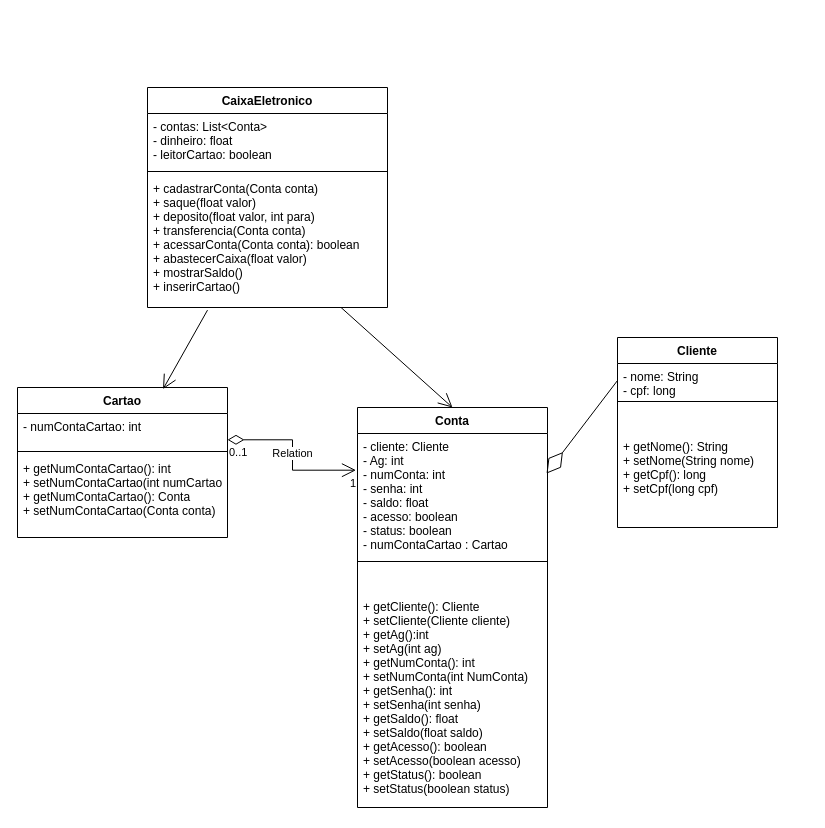
Before: Engenharia de software/DiagramaClasses.drawio in CarlosTorres2305/Bertoti, a draw.io diagram. Source tidied: cells renumbered, new cells numbered last; positions are measured from the earlier drawing's top-left corner, leaving out a move shared by most shapes. Both pictures are drawn from the tidied source at 100%, with x=0, y=0 at pixel (17, 87).
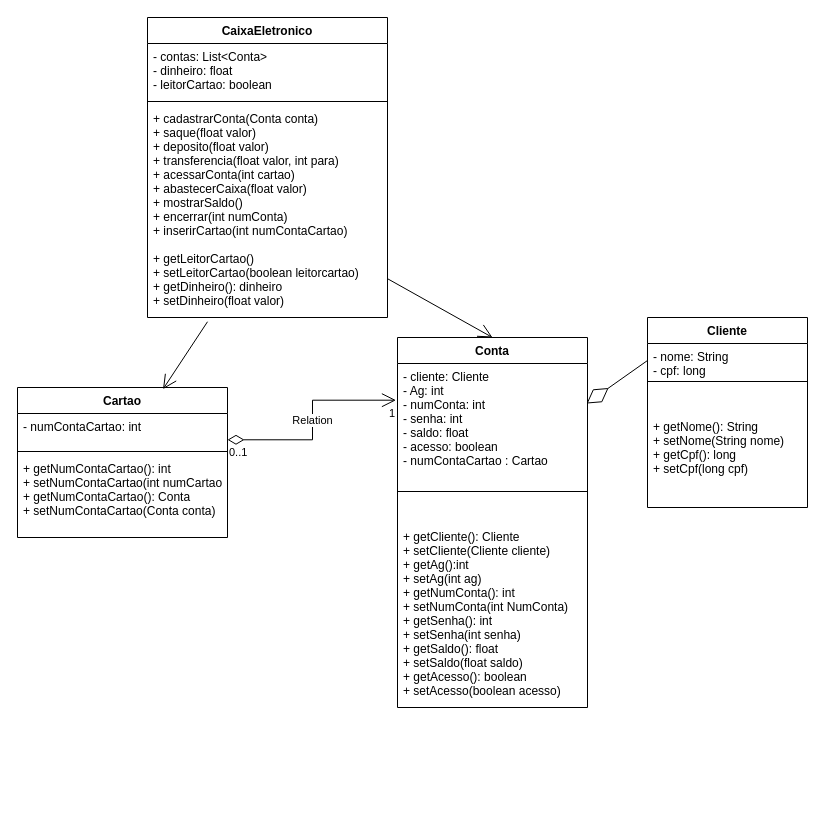
The same diagram, later.

Diff of the diagram source:
```diff
@@
     <mxCell id="2" value="CaixaEletronico" style="swimlane;fontStyle=1;align=center;verticalAlign=top;horizontal=1;startSize=26;" parent="1" vertex="1">
-      <mxGeometry x="130" width="240" height="220" as="geometry" />
+      <mxGeometry x="130" y="-70" width="240" height="300" as="geometry" />
     </mxCell>
@@
-    <mxCell id="5" value="+ cadastrarConta(Conta conta)&#10;+ saque(float valor)&#10;+ deposito(float valor, int para)&#10;+ transferencia(Conta conta)&#10;+ acessarConta(Conta conta): boolean&#10;+ abastecerCaixa(float valor)&#10;+ mostrarSaldo()&#10;+ inserirCartao()&#10;" style="text;strokeColor=none;fillColor=none;align=left;verticalAlign=top;spacingLeft=4;spacingRight=4;overflow=hidden;points=[[0,0.5],[1,0.5]];portConstraint=eastwest;" parent="2" vertex="1">
-      <mxGeometry y="88" width="240" height="132" as="geometry" />
+    <mxCell id="5" value="+ cadastrarConta(Conta conta)&#10;+ saque(float valor)&#10;+ deposito(float valor)&#10;+ transferencia(float valor, int para)&#10;+ acessarConta(int cartao)&#10;+ abastecerCaixa(float valor)&#10;+ mostrarSaldo()&#10;+ encerrar(int numConta)&#10;+ inserirCartao(int numContaCartao)&#10;&#10;+ getLeitorCartao()&#10;+ setLeitorCartao(boolean leitorcartao)&#10;+ getDinheiro(): dinheiro&#10;+ setDinheiro(float valor)" style="text;strokeColor=none;fillColor=none;align=left;verticalAlign=top;spacingLeft=4;spacingRight=4;overflow=hidden;points=[[0,0.5],[1,0.5]];portConstraint=eastwest;" parent="2" vertex="1">
+      <mxGeometry y="88" width="240" height="212" as="geometry" />
     </mxCell>
     <mxCell id="6" value="Conta" style="swimlane;fontStyle=1;align=center;verticalAlign=top;horizontal=1;startSize=26;" parent="1" vertex="1">
-      <mxGeometry x="340" y="320" width="190" height="400" as="geometry" />
+      <mxGeometry x="380" y="250" width="190" height="370" as="geometry" />
     </mxCell>
-    <mxCell id="7" value="- cliente: Cliente&#10;- Ag: int&#10;- numConta: int&#10;- senha: int&#10;- saldo: float&#10;- acesso: boolean&#10;- status: boolean&#10;- numContaCartao : Cartao" style="text;strokeColor=none;fillColor=none;align=left;verticalAlign=top;spacingLeft=4;spacingRight=4;overflow=hidden;points=[[0,0.5],[1,0.5]];portConstraint=eastwest;" parent="6" vertex="1">
+    <mxCell id="7" value="- cliente: Cliente&#10;- Ag: int&#10;- numConta: int&#10;- senha: int&#10;- saldo: float&#10;- acesso: boolean&#10;- numContaCartao : Cartao" style="text;strokeColor=none;fillColor=none;align=left;verticalAlign=top;spacingLeft=4;spacingRight=4;overflow=hidden;points=[[0,0.5],[1,0.5]];portConstraint=eastwest;" parent="6" vertex="1">
       <mxGeometry y="26" width="190" height="124" as="geometry" />
     </mxCell>
@@
-    <mxCell id="9" value="&#10;&#10;+ getCliente(): Cliente&#10;+ setCliente(Cliente cliente)&#10;+ getAg():int&#10;+ setAg(int ag)&#10;+ getNumConta(): int&#10;+ setNumConta(int NumConta)&#10;+ getSenha(): int&#10;+ setSenha(int senha)&#10;+ getSaldo(): float&#10;+ setSaldo(float saldo)&#10;+ getAcesso(): boolean&#10;+ setAcesso(boolean acesso)&#10;+ getStatus(): boolean&#10;+ setStatus(boolean status)" style="text;strokeColor=none;fillColor=none;align=left;verticalAlign=top;spacingLeft=4;spacingRight=4;overflow=hidden;" parent="6" vertex="1">
-      <mxGeometry y="158" width="190" height="242" as="geometry" />
+    <mxCell id="9" value="&#10;&#10;+ getCliente(): Cliente&#10;+ setCliente(Cliente cliente)&#10;+ getAg():int&#10;+ setAg(int ag)&#10;+ getNumConta(): int&#10;+ setNumConta(int NumConta)&#10;+ getSenha(): int&#10;+ setSenha(int senha)&#10;+ getSaldo(): float&#10;+ setSaldo(float saldo)&#10;+ getAcesso(): boolean&#10;+ setAcesso(boolean acesso)&#10;" style="text;strokeColor=none;fillColor=none;align=left;verticalAlign=top;spacingLeft=4;spacingRight=4;overflow=hidden;" parent="6" vertex="1">
+      <mxGeometry y="158" width="190" height="212" as="geometry" />
     </mxCell>
     <mxCell id="10" value="Cliente" style="swimlane;fontStyle=1;align=center;verticalAlign=top;horizontal=1;startSize=26;" parent="1" vertex="1">
-      <mxGeometry x="600" y="250" width="160" height="190" as="geometry" />
+      <mxGeometry x="630" y="230" width="160" height="190" as="geometry" />
     </mxCell>
```
